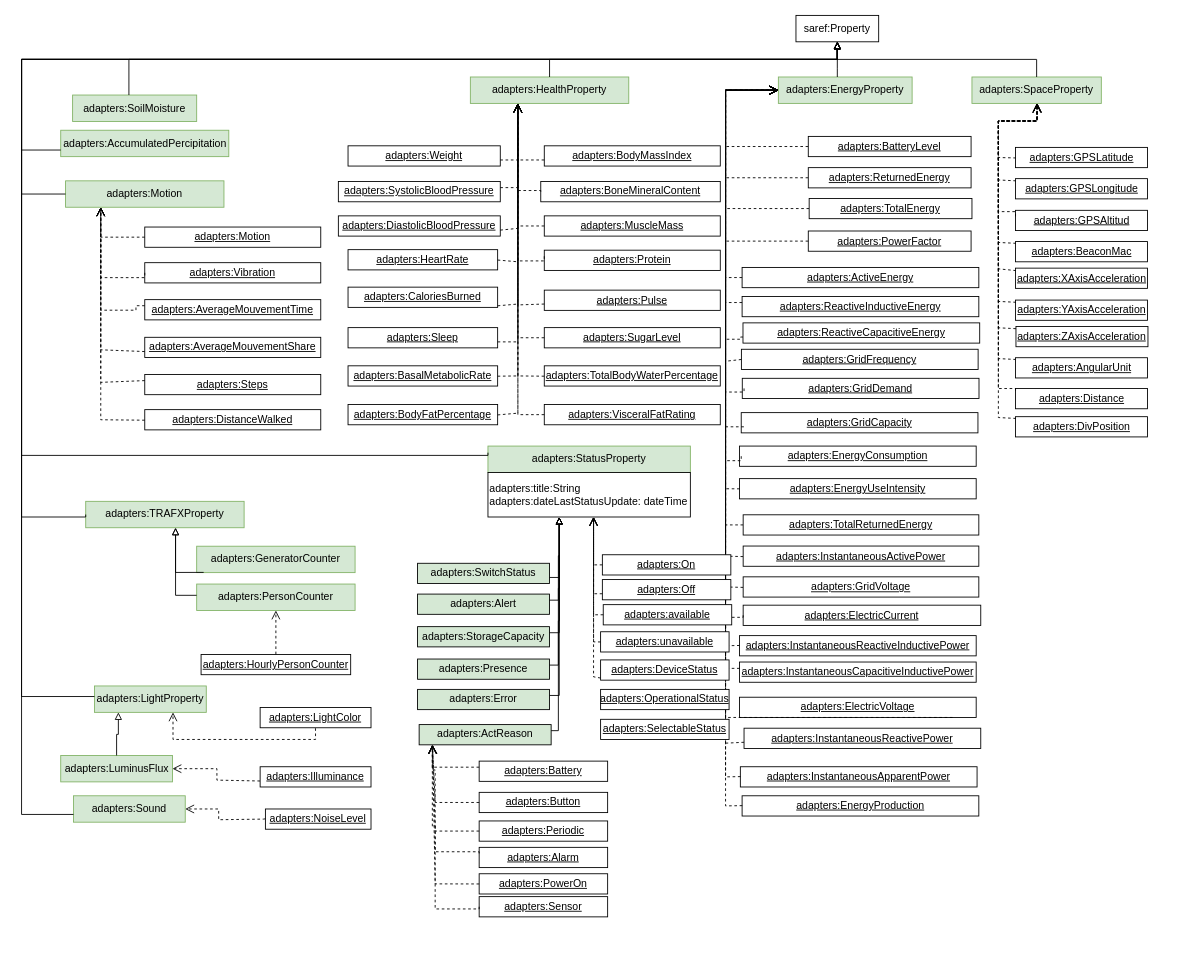
Before: Diagrams/properties.drawio in oeg-upm/auroral-adapters-ontology, a draw.io diagram. Source tidied: cells renumbered, new cells numbered last; positions are measured from the earlier drawing's top-left corner, leaving out a move shared by most shapes. Both pictures are drawn from the tidied source at 88%, with x=0, y=0 at pixel (21, 15).
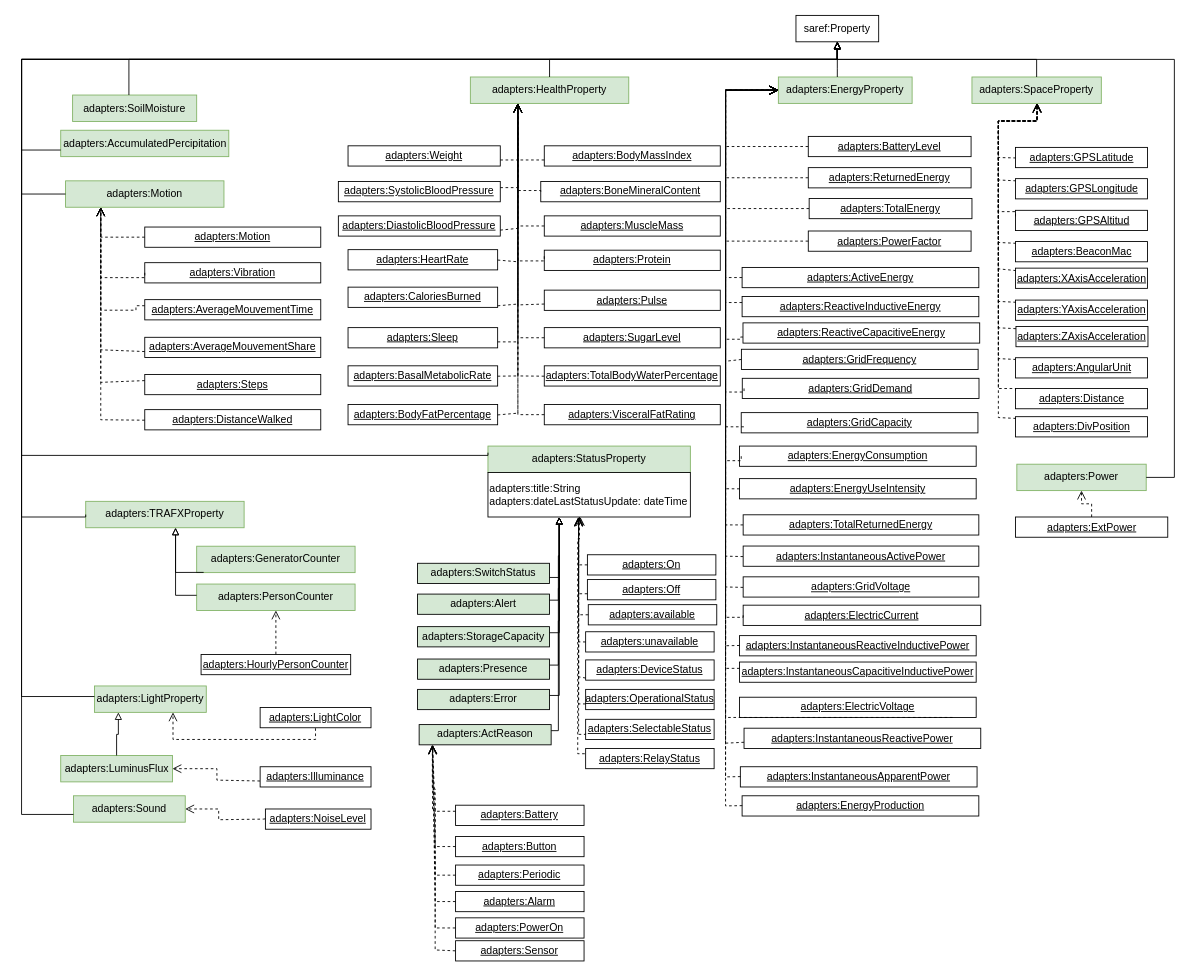
The same page after the edit.

Unchanged cells that the change refers to:
```xml
<mxCell id="2" value="saref:Property" style="rounded=0;whiteSpace=wrap;html=1;points=[[0.1,0],[0.2,0],[0.3,0],[0.4,0],[0.5,0],[0.6,0],[0.7,0],[0.8,0],[0.9,0],[0,0.1],[0,0.3],[0,0.5],[0,0.7],[0,0.9],[0.1,1],[0.2,1],[0.3,1],[0.4,1],[0.5,1],[0.6,1],[0.7,1],[0.8,1],[0.9,1],[1,0.1],[1,0.3],[1,0.5],[1,0.7],[1,0.9]];" parent="1" vertex="1">
  <mxGeometry x="880" width="94" height="30" as="geometry" />
</mxCell>
<mxCell id="114" value="adapters:ActReason" style="rounded=0;whiteSpace=wrap;html=1;snapToPoint=1;points=[[0.1,0],[0.2,0],[0.3,0],[0.4,0],[0.5,0],[0.6,0],[0.7,0],[0.8,0],[0.9,0],[0,0.1],[0,0.3],[0,0.5],[0,0.7],[0,0.9],[0.1,1],[0.2,1],[0.3,1],[0.4,1],[0.5,1],[0.6,1],[0.7,1],[0.8,1],[0.9,1],[1,0.1],[1,0.3],[1,0.5],[1,0.7],[1,0.9]];fillColor=#D5E8D4;" parent="1" vertex="1">
  <mxGeometry x="451.8" y="805.9" width="150" height="23" as="geometry" />
</mxCell>
```

What changed in the source:
```diff
@@
     <mxCell id="116" value="&lt;u&gt;adapters:Battery&lt;/u&gt;" style="rounded=0;whiteSpace=wrap;html=1;snapToPoint=1;points=[[0.1,0],[0.2,0],[0.3,0],[0.4,0],[0.5,0],[0.6,0],[0.7,0],[0.8,0],[0.9,0],[0,0.1],[0,0.3],[0,0.5],[0,0.7],[0,0.9],[0.1,1],[0.2,1],[0.3,1],[0.4,1],[0.5,1],[0.6,1],[0.7,1],[0.8,1],[0.9,1],[1,0.1],[1,0.3],[1,0.5],[1,0.7],[1,0.9]];" parent="1" vertex="1">
-      <mxGeometry x="520" y="847.4" width="146" height="23" as="geometry" />
+      <mxGeometry x="493.2" y="897.5" width="146" height="23" as="geometry" />
     </mxCell>
     <mxCell id="117" value="&lt;u&gt;adapters:Button&lt;/u&gt;" style="rounded=0;whiteSpace=wrap;html=1;snapToPoint=1;points=[[0.1,0],[0.2,0],[0.3,0],[0.4,0],[0.5,0],[0.6,0],[0.7,0],[0.8,0],[0.9,0],[0,0.1],[0,0.3],[0,0.5],[0,0.7],[0,0.9],[0.1,1],[0.2,1],[0.3,1],[0.4,1],[0.5,1],[0.6,1],[0.7,1],[0.8,1],[0.9,1],[1,0.1],[1,0.3],[1,0.5],[1,0.7],[1,0.9]];" parent="1" vertex="1">
-      <mxGeometry x="520" y="882.9" width="146" height="23" as="geometry" />
+      <mxGeometry x="493.2" y="933" width="146" height="23" as="geometry" />
     </mxCell>
     <mxCell id="118" value="&lt;u&gt;adapters:Periodic&lt;/u&gt;" style="rounded=0;whiteSpace=wrap;html=1;snapToPoint=1;points=[[0.1,0],[0.2,0],[0.3,0],[0.4,0],[0.5,0],[0.6,0],[0.7,0],[0.8,0],[0.9,0],[0,0.1],[0,0.3],[0,0.5],[0,0.7],[0,0.9],[0.1,1],[0.2,1],[0.3,1],[0.4,1],[0.5,1],[0.6,1],[0.7,1],[0.8,1],[0.9,1],[1,0.1],[1,0.3],[1,0.5],[1,0.7],[1,0.9]];" parent="1" vertex="1">
-      <mxGeometry x="520" y="915.4" width="146" height="23" as="geometry" />
+      <mxGeometry x="493.2" y="965.5" width="146" height="23" as="geometry" />
     </mxCell>
     <mxCell id="119" value="&lt;u&gt;adapters:Alarm&lt;/u&gt;" style="rounded=0;whiteSpace=wrap;html=1;snapToPoint=1;points=[[0.1,0],[0.2,0],[0.3,0],[0.4,0],[0.5,0],[0.6,0],[0.7,0],[0.8,0],[0.9,0],[0,0.1],[0,0.3],[0,0.5],[0,0.7],[0,0.9],[0.1,1],[0.2,1],[0.3,1],[0.4,1],[0.5,1],[0.6,1],[0.7,1],[0.8,1],[0.9,1],[1,0.1],[1,0.3],[1,0.5],[1,0.7],[1,0.9]];" parent="1" vertex="1">
-      <mxGeometry x="520" y="945.4" width="146" height="23" as="geometry" />
+      <mxGeometry x="493.2" y="995.5" width="146" height="23" as="geometry" />
     </mxCell>
     <mxCell id="120" value="&lt;u&gt;adapters:PowerOn&lt;/u&gt;" style="rounded=0;whiteSpace=wrap;html=1;snapToPoint=1;points=[[0.1,0],[0.2,0],[0.3,0],[0.4,0],[0.5,0],[0.6,0],[0.7,0],[0.8,0],[0.9,0],[0,0.1],[0,0.3],[0,0.5],[0,0.7],[0,0.9],[0.1,1],[0.2,1],[0.3,1],[0.4,1],[0.5,1],[0.6,1],[0.7,1],[0.8,1],[0.9,1],[1,0.1],[1,0.3],[1,0.5],[1,0.7],[1,0.9]];" parent="1" vertex="1">
-      <mxGeometry x="520" y="975.4" width="146" height="23" as="geometry" />
+      <mxGeometry x="493.2" y="1025.5" width="146" height="23" as="geometry" />
     </mxCell>
     <mxCell id="121" value="&lt;u&gt;adapters:Sensor&lt;/u&gt;" style="rounded=0;whiteSpace=wrap;html=1;snapToPoint=1;points=[[0.1,0],[0.2,0],[0.3,0],[0.4,0],[0.5,0],[0.6,0],[0.7,0],[0.8,0],[0.9,0],[0,0.1],[0,0.3],[0,0.5],[0,0.7],[0,0.9],[0.1,1],[0.2,1],[0.3,1],[0.4,1],[0.5,1],[0.6,1],[0.7,1],[0.8,1],[0.9,1],[1,0.1],[1,0.3],[1,0.5],[1,0.7],[1,0.9]];" parent="1" vertex="1">
-      <mxGeometry x="520" y="1001.4" width="146" height="23" as="geometry" />
+      <mxGeometry x="493.2" y="1051.5" width="146" height="23" as="geometry" />
     </mxCell>
-    <mxCell id="122" style="endArrow=open;html=1;fontColor=#000099;endFill=0;dashed=1;endSize=8;exitX=0;exitY=0.3;exitDx=0;exitDy=0;edgeStyle=orthogonalEdgeStyle;arcSize=0;entryX=0.1;entryY=1;entryDx=0;entryDy=0;" parent="1" edge="1" source="116" target="114">
+    <mxCell id="122" style="endArrow=open;html=1;fontColor=#000099;endFill=0;dashed=1;endSize=8;exitX=0;exitY=0.3;exitDx=0;exitDy=0;edgeStyle=orthogonalEdgeStyle;arcSize=0;" parent="1" edge="1" source="116" target="114">
       <mxGeometry relative="1" as="geometry">
         <Array as="points">
-          <mxPoint x="467" y="854.4" />
+          <mxPoint x="470" y="904" />
         </Array>
       </mxGeometry>
     </mxCell>
     <mxCell id="123" style="endArrow=open;html=1;fontColor=#000099;endFill=0;dashed=1;endSize=8;exitX=0;exitY=0.5;exitDx=0;exitDy=0;edgeStyle=orthogonalEdgeStyle;arcSize=0;" parent="1" edge="1" source="117" target="114">
       <mxGeometry relative="1" as="geometry">
         <Array as="points">
-          <mxPoint x="470" y="894.4" />
+          <mxPoint x="470" y="945" />
         </Array>
       </mxGeometry>
     </mxCell>
     <mxCell id="124" style="endArrow=open;html=1;fontColor=#000099;endFill=0;dashed=1;endSize=8;exitX=0;exitY=0.5;exitDx=0;exitDy=0;edgeStyle=orthogonalEdgeStyle;arcSize=0;" parent="1" edge="1" source="118" target="114">
       <mxGeometry relative="1" as="geometry">
         <Array as="points">
-          <mxPoint x="470" y="927.4" />
+          <mxPoint x="470" y="977" />
         </Array>
       </mxGeometry>
     </mxCell>
-    <mxCell id="125" style="endArrow=open;html=1;fontColor=#000099;endFill=0;dashed=1;endSize=8;edgeStyle=orthogonalEdgeStyle;arcSize=0;" parent="1" edge="1" source="120" target="114">
+    <mxCell id="125" style="endArrow=open;html=1;fontColor=#000099;endFill=0;dashed=1;endSize=8;edgeStyle=orthogonalEdgeStyle;arcSize=0;entryX=0.1;entryY=1;entryDx=0;entryDy=0;" parent="1" edge="1" source="120" target="114">
       <mxGeometry relative="1" as="geometry">
         <Array as="points">
-          <mxPoint x="470" y="987.4" />
+          <mxPoint x="470" y="1037" />
+          <mxPoint x="470" y="879" />
+          <mxPoint x="467" y="879" />
         </Array>
       </mxGeometry>
     </mxCell>
-    <mxCell id="126" style="endArrow=open;html=1;fontColor=#000099;endFill=0;dashed=1;endSize=8;edgeStyle=orthogonalEdgeStyle;arcSize=0;exitX=0;exitY=0.5;exitDx=0;exitDy=0;entryX=0.1;entryY=1;entryDx=0;entryDy=0;" parent="1" edge="1" source="121" target="114">
-      <mxGeometry relative="1" as="geometry">
-        <Array as="points">
-          <mxPoint x="520" y="1015.4" />
-          <mxPoint x="470" y="1015.4" />
-          <mxPoint x="470" y="857.4" />
-          <mxPoint x="467" y="857.4" />
-        </Array>
-      </mxGeometry>
-    </mxCell>
-    <mxCell id="127" style="endArrow=open;html=1;fontColor=#000099;endFill=0;dashed=1;endSize=8;exitX=0;exitY=0.3;exitDx=0;exitDy=0;edgeStyle=orthogonalEdgeStyle;arcSize=0;entryX=0.1;entryY=1;entryDx=0;entryDy=0;" parent="1" edge="1" source="119" target="114">
-      <mxGeometry relative="1" as="geometry">
-        <Array as="points">
-          <mxPoint x="520" y="950.4" />
-          <mxPoint x="470" y="950.4" />
-          <mxPoint x="470" y="921.4" />
-          <mxPoint x="467" y="921.4" />
-        </Array>
-      </mxGeometry>
-    </mxCell>
@@
     <mxCell id="169" value="&lt;u&gt;adapters:Off&lt;/u&gt;" style="rounded=0;whiteSpace=wrap;html=1;snapToPoint=1;points=[[0.1,0],[0.2,0],[0.3,0],[0.4,0],[0.5,0],[0.6,0],[0.7,0],[0.8,0],[0.9,0],[0,0.1],[0,0.3],[0,0.5],[0,0.7],[0,0.9],[0.1,1],[0.2,1],[0.3,1],[0.4,1],[0.5,1],[0.6,1],[0.7,1],[0.8,1],[0.9,1],[1,0.1],[1,0.3],[1,0.5],[1,0.7],[1,0.9]];" parent="1" vertex="1">
-      <mxGeometry x="660" y="641.1" width="146" height="23" as="geometry" />
+      <mxGeometry x="643" y="641.1" width="146" height="23" as="geometry" />
     </mxCell>
     <mxCell id="170" value="&lt;u&gt;adapters:On&lt;/u&gt;" style="rounded=0;whiteSpace=wrap;html=1;snapToPoint=1;points=[[0.1,0],[0.2,0],[0.3,0],[0.4,0],[0.5,0],[0.6,0],[0.7,0],[0.8,0],[0.9,0],[0,0.1],[0,0.3],[0,0.5],[0,0.7],[0,0.9],[0.1,1],[0.2,1],[0.3,1],[0.4,1],[0.5,1],[0.6,1],[0.7,1],[0.8,1],[0.9,1],[1,0.1],[1,0.3],[1,0.5],[1,0.7],[1,0.9]];" parent="1" vertex="1">
-      <mxGeometry x="660" y="612.9" width="146" height="23" as="geometry" />
+      <mxGeometry x="643" y="612.9" width="146" height="23" as="geometry" />
     </mxCell>
     <mxCell id="171" value="&lt;u&gt;adapters:available&lt;/u&gt;" style="rounded=0;whiteSpace=wrap;html=1;snapToPoint=1;points=[[0.1,0],[0.2,0],[0.3,0],[0.4,0],[0.5,0],[0.6,0],[0.7,0],[0.8,0],[0.9,0],[0,0.1],[0,0.3],[0,0.5],[0,0.7],[0,0.9],[0.1,1],[0.2,1],[0.3,1],[0.4,1],[0.5,1],[0.6,1],[0.7,1],[0.8,1],[0.9,1],[1,0.1],[1,0.3],[1,0.5],[1,0.7],[1,0.9]];" parent="1" vertex="1">
-      <mxGeometry x="661" y="669.6" width="146" height="23" as="geometry" />
+      <mxGeometry x="644" y="669.6" width="146" height="23" as="geometry" />
     </mxCell>
     <mxCell id="172" value="&lt;u&gt;adapters:unavailable&lt;/u&gt;" style="rounded=0;whiteSpace=wrap;html=1;snapToPoint=1;points=[[0.1,0],[0.2,0],[0.3,0],[0.4,0],[0.5,0],[0.6,0],[0.7,0],[0.8,0],[0.9,0],[0,0.1],[0,0.3],[0,0.5],[0,0.7],[0,0.9],[0.1,1],[0.2,1],[0.3,1],[0.4,1],[0.5,1],[0.6,1],[0.7,1],[0.8,1],[0.9,1],[1,0.1],[1,0.3],[1,0.5],[1,0.7],[1,0.9]];" parent="1" vertex="1">
-      <mxGeometry x="658" y="700.4" width="146" height="23" as="geometry" />
+      <mxGeometry x="641" y="700.4" width="146" height="23" as="geometry" />
     </mxCell>
     <mxCell id="173" style="endArrow=open;html=1;fontColor=#000099;endFill=0;dashed=1;endSize=8;exitX=0;exitY=0.5;exitDx=0;exitDy=0;edgeStyle=orthogonalEdgeStyle;arcSize=0;" parent="1" edge="1" source="170">
       <mxGeometry relative="1" as="geometry">
-        <mxPoint x="650" y="570" as="targetPoint" />
+        <mxPoint x="633" y="570" as="targetPoint" />
         <Array as="points">
-          <mxPoint x="650" y="624.6" />
+          <mxPoint x="633" y="624.6" />
         </Array>
       </mxGeometry>
     </mxCell>
     <mxCell id="174" style="endArrow=open;html=1;fontColor=#000099;endFill=0;dashed=1;endSize=8;exitX=0;exitY=0.7;exitDx=0;exitDy=0;edgeStyle=orthogonalEdgeStyle;arcSize=0;" parent="1" edge="1" source="169">
       <mxGeometry relative="1" as="geometry">
-        <mxPoint x="650" y="570" as="targetPoint" />
+        <mxPoint x="633" y="570" as="targetPoint" />
         <Array as="points">
-          <mxPoint x="650" y="657.6" />
+          <mxPoint x="633" y="657.6" />
         </Array>
       </mxGeometry>
     </mxCell>
     <mxCell id="175" style="endArrow=open;html=1;fontColor=#000099;endFill=0;dashed=1;endSize=8;exitX=0;exitY=0.5;exitDx=0;exitDy=0;edgeStyle=orthogonalEdgeStyle;arcSize=0;" parent="1" edge="1" source="171">
       <mxGeometry relative="1" as="geometry">
-        <mxPoint x="650" y="570" as="targetPoint" />
+        <mxPoint x="633" y="570" as="targetPoint" />
         <Array as="points">
-          <mxPoint x="650" y="681.6" />
+          <mxPoint x="633" y="681.6" />
         </Array>
       </mxGeometry>
     </mxCell>
     <mxCell id="176" style="endArrow=open;html=1;fontColor=#000099;endFill=0;dashed=1;endSize=8;edgeStyle=orthogonalEdgeStyle;arcSize=0;" parent="1" edge="1" source="172">
       <mxGeometry relative="1" as="geometry">
-        <mxPoint x="650" y="570" as="targetPoint" />
+        <mxPoint x="633" y="570" as="targetPoint" />
         <Array as="points">
-          <mxPoint x="650" y="711.6" />
+          <mxPoint x="633" y="711.6" />
         </Array>
       </mxGeometry>
     </mxCell>
     <mxCell id="177" value="&lt;u&gt;adapters:DeviceStatus&lt;/u&gt;" style="rounded=0;whiteSpace=wrap;html=1;snapToPoint=1;points=[[0.1,0],[0.2,0],[0.3,0],[0.4,0],[0.5,0],[0.6,0],[0.7,0],[0.8,0],[0.9,0],[0,0.1],[0,0.3],[0,0.5],[0,0.7],[0,0.9],[0.1,1],[0.2,1],[0.3,1],[0.4,1],[0.5,1],[0.6,1],[0.7,1],[0.8,1],[0.9,1],[1,0.1],[1,0.3],[1,0.5],[1,0.7],[1,0.9]];" parent="1" vertex="1">
-      <mxGeometry x="658" y="732.4" width="146" height="23" as="geometry" />
+      <mxGeometry x="641" y="732.4" width="146" height="23" as="geometry" />
     </mxCell>
     <mxCell id="178" style="endArrow=open;html=1;fontColor=#000099;endFill=0;dashed=1;endSize=8;edgeStyle=orthogonalEdgeStyle;arcSize=0;" parent="1" edge="1" source="177">
       <mxGeometry relative="1" as="geometry">
-        <mxPoint x="650" y="570" as="targetPoint" />
+        <mxPoint x="633" y="570" as="targetPoint" />
         <Array as="points">
-          <mxPoint x="650" y="751.6" />
+          <mxPoint x="633" y="751.6" />
         </Array>
       </mxGeometry>
     </mxCell>
     <mxCell id="179" value="&lt;u&gt;adapters:SelectableStatus&lt;/u&gt;" style="rounded=0;whiteSpace=wrap;html=1;" parent="1" vertex="1">
-      <mxGeometry x="658" y="799.9" width="146" height="23" as="geometry" />
+      <mxGeometry x="641" y="799.9" width="146" height="23" as="geometry" />
     </mxCell>
     <mxCell id="180" value="&lt;u&gt;adapters:OperationalStatus&lt;/u&gt;" style="rounded=0;whiteSpace=wrap;html=1;" parent="1" vertex="1">
-      <mxGeometry x="658" y="765.9" width="146" height="23" as="geometry" />
+      <mxGeometry x="641" y="765.9" width="146" height="23" as="geometry" />
     </mxCell>
@@
+    <mxCell id="182" value="adapters:Power" style="rounded=0;whiteSpace=wrap;html=1;fillColor=#d5e8d4;strokeColor=#82b366;" parent="1" vertex="1">
+      <mxGeometry x="1131" y="510" width="147" height="30" as="geometry" />
+    </mxCell>
+    <mxCell id="183" style="edgeStyle=orthogonalEdgeStyle;rounded=0;jettySize=auto;html=1;fontSize=11;endArrow=block;endFill=0;exitX=1;exitY=0.5;exitDx=0;exitDy=0;" parent="1" edge="1" source="182" target="2">
+      <mxGeometry relative="1" as="geometry">
+        <Array as="points">
+          <mxPoint x="1310" y="525" />
+          <mxPoint x="1310" y="50" />
+          <mxPoint x="927" y="50" />
+        </Array>
+      </mxGeometry>
+    </mxCell>
+    <mxCell id="184" value="&lt;u&gt;adapters:ExtPower&lt;/u&gt;" style="rounded=0;whiteSpace=wrap;html=1;snapToPoint=1;points=[[0.1,0],[0.2,0],[0.3,0],[0.4,0],[0.5,0],[0.6,0],[0.7,0],[0.8,0],[0.9,0],[0,0.1],[0,0.3],[0,0.5],[0,0.7],[0,0.9],[0.1,1],[0.2,1],[0.3,1],[0.4,1],[0.5,1],[0.6,1],[0.7,1],[0.8,1],[0.9,1],[1,0.1],[1,0.3],[1,0.5],[1,0.7],[1,0.9]];" parent="1" vertex="1">
+      <mxGeometry x="1129.5" y="570" width="173" height="23" as="geometry" />
+    </mxCell>
+    <mxCell id="185" style="endArrow=open;html=1;fontColor=#000099;endFill=0;dashed=1;endSize=8;edgeStyle=orthogonalEdgeStyle;arcSize=0;" parent="1" edge="1" source="184" target="182">
+      <mxGeometry relative="1" as="geometry" />
+    </mxCell>
+    <mxCell id="127" style="endArrow=open;html=1;fontColor=#000099;endFill=0;dashed=1;endSize=8;exitX=0;exitY=0.5;exitDx=0;exitDy=0;edgeStyle=orthogonalEdgeStyle;arcSize=0;" parent="1" edge="1" source="119" target="114">
+      <mxGeometry relative="1" as="geometry">
+        <Array as="points">
+          <mxPoint x="470" y="1007" />
+        </Array>
+      </mxGeometry>
+    </mxCell>
+    <mxCell id="186" style="endArrow=open;html=1;fontColor=#000099;endFill=0;dashed=1;endSize=8;edgeStyle=orthogonalEdgeStyle;arcSize=0;" parent="1" edge="1" source="121">
+      <mxGeometry relative="1" as="geometry">
+        <mxPoint x="467" y="830" as="targetPoint" />
+        <Array as="points">
+          <mxPoint x="470" y="1062" />
+          <mxPoint x="470" y="904" />
+          <mxPoint x="467" y="904" />
+        </Array>
+      </mxGeometry>
+    </mxCell>
+    <mxCell id="187" style="endArrow=open;html=1;fontColor=#000099;endFill=0;dashed=1;endSize=8;edgeStyle=orthogonalEdgeStyle;arcSize=0;exitX=0;exitY=0.5;exitDx=0;exitDy=0;" parent="1" edge="1">
+      <mxGeometry relative="1" as="geometry">
+        <mxPoint x="641" y="782.4" as="sourcePoint" />
+        <mxPoint x="633" y="571" as="targetPoint" />
+        <Array as="points">
+          <mxPoint x="633" y="782" />
+        </Array>
+      </mxGeometry>
+    </mxCell>
+    <mxCell id="188" style="endArrow=open;html=1;fontColor=#000099;endFill=0;dashed=1;endSize=8;edgeStyle=orthogonalEdgeStyle;arcSize=0;" parent="1" edge="1">
+      <mxGeometry relative="1" as="geometry">
+        <mxPoint x="641" y="816" as="sourcePoint" />
+        <mxPoint x="635" y="570" as="targetPoint" />
+        <Array as="points">
+          <mxPoint x="633" y="817" />
+          <mxPoint x="633" y="578" />
+        </Array>
+      </mxGeometry>
+    </mxCell>
+    <mxCell id="189" value="&lt;u&gt;adapters:RelayStatus&lt;/u&gt;" style="rounded=0;whiteSpace=wrap;html=1;" parent="1" vertex="1">
+      <mxGeometry x="641" y="833" width="146" height="23" as="geometry" />
+    </mxCell>
+    <mxCell id="190" style="endArrow=open;html=1;fontColor=#000099;endFill=0;dashed=1;endSize=8;edgeStyle=orthogonalEdgeStyle;arcSize=0;" parent="1" edge="1">
+      <mxGeometry relative="1" as="geometry">
+        <mxPoint x="640" y="839" as="sourcePoint" />
+        <mxPoint x="634" y="569" as="targetPoint" />
+        <Array as="points">
+          <mxPoint x="632" y="839" />
+          <mxPoint x="632" y="595" />
+          <mxPoint x="634" y="595" />
+        </Array>
+      </mxGeometry>
+    </mxCell>
```
